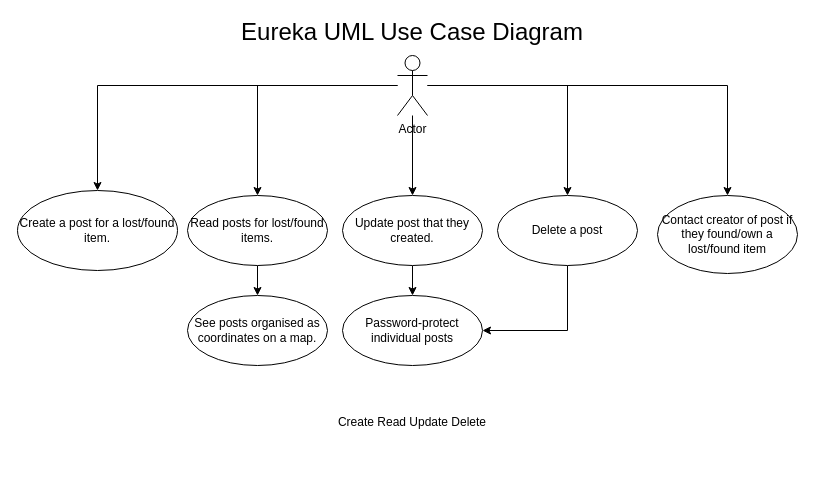
This is Eureka-UML-Use-Case-diagram.drawio from Ariel-Mutebi/Eureka, a draw.io file, before an edit. Source tidied: cells renumbered, new cells numbered last; positions are measured from the earlier drawing's top-left corner, leaving out a move shared by most shapes. Both pictures are drawn from the tidied source at 100%, with x=0, y=0 at pixel (17, 17).
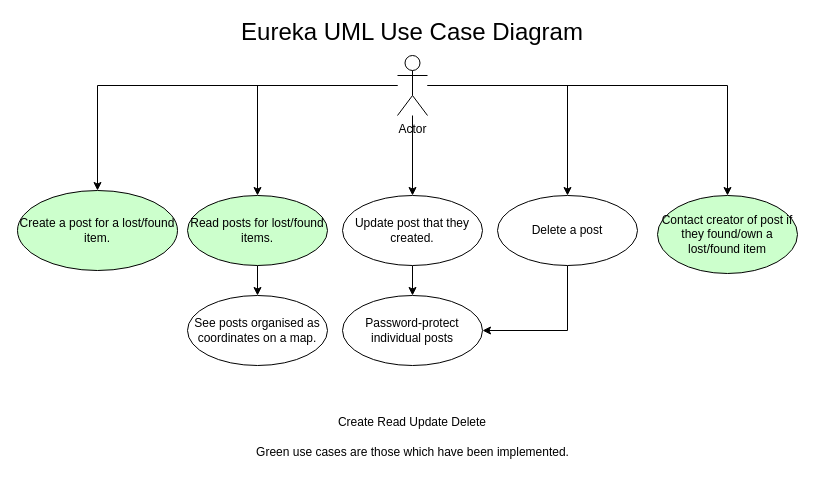
The same page after the edit.

Commit message (it also covers changes not shown here):
minor edits to index and UML

What changed in the source:
```diff
@@
-    <mxCell id="13" value="Read posts for lost/found items." style="ellipse;whiteSpace=wrap;html=1;" parent="1" vertex="1">
+    <mxCell id="13" value="Read posts for lost/found items." style="ellipse;whiteSpace=wrap;html=1;fillColor=#CCFFCC;" parent="1" vertex="1">
       <mxGeometry x="170" y="178" width="140" height="70" as="geometry" />
     </mxCell>
-    <mxCell id="14" value="Create a post for a lost/found item." style="ellipse;whiteSpace=wrap;html=1;" parent="1" vertex="1">
+    <mxCell id="14" value="Create a post for a lost/found item." style="ellipse;whiteSpace=wrap;html=1;fillColor=#CCFFCC;" parent="1" vertex="1">
       <mxGeometry y="173" width="160" height="80" as="geometry" />
     </mxCell>
@@
-    <mxCell id="19" value="Contact creator of post if they found/own a lost/found item" style="ellipse;whiteSpace=wrap;html=1;" parent="1" vertex="1">
+    <mxCell id="19" value="Contact creator of post if they found/own a lost/found item" style="ellipse;whiteSpace=wrap;html=1;fillColor=#CCFFCC;" parent="1" vertex="1">
       <mxGeometry x="640" y="178" width="140" height="78" as="geometry" />
     </mxCell>
+    <mxCell id="20" value="Green use cases are those which have been implemented." style="text;html=1;align=center;verticalAlign=middle;whiteSpace=wrap;rounded=0;" parent="1" vertex="1">
+      <mxGeometry x="238" y="420" width="315" height="30" as="geometry" />
+    </mxCell>
```
